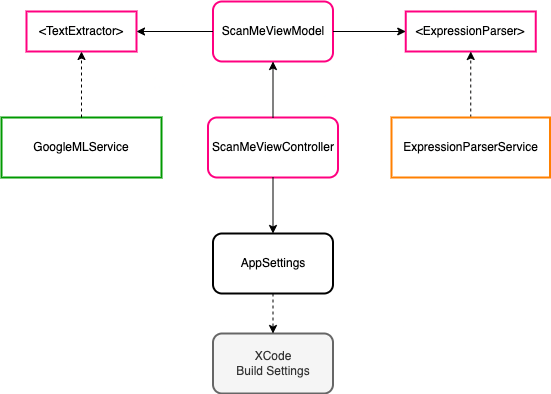
Above: ScanMe.drawio.png in grd888/scanme (draw.io), before the change. Source tidied: cells renumbered, new cells last; positions are measured from the earlier drawing's top-left corner, leaving out a move shared by most shapes. The source it was exported from:
```xml
<mxGraphModel>
  <root>
    <mxCell id="0" />
    <mxCell id="1" parent="0" />
    <mxCell id="2" value="ScanMeViewModel" style="rounded=1;whiteSpace=wrap;html=1;strokeColor=#FF0080;strokeWidth=2;" parent="1" vertex="1">
      <mxGeometry x="211.5" width="120" height="60" as="geometry" />
    </mxCell>
    <mxCell id="3" value="GoogleMLService" style="rounded=0;whiteSpace=wrap;html=1;strokeColor=#009900;strokeWidth=2;" parent="1" vertex="1">
      <mxGeometry y="116" width="160" height="60" as="geometry" />
    </mxCell>
    <mxCell id="4" value="AppSettings" style="rounded=1;whiteSpace=wrap;html=1;strokeWidth=2;" parent="1" vertex="1">
      <mxGeometry x="211.5" y="232" width="120" height="60" as="geometry" />
    </mxCell>
    <mxCell id="5" value="XCode&lt;br&gt;Build Settings" style="rounded=1;whiteSpace=wrap;html=1;fillColor=#f5f5f5;fontColor=#333333;strokeColor=#666666;strokeWidth=2;" parent="1" vertex="1">
      <mxGeometry x="211.5" y="332" width="120" height="60" as="geometry" />
    </mxCell>
    <mxCell id="6" style="endArrow=classic;html=1;rounded=0;exitX=0.5;exitY=1;exitDx=0;exitDy=0;dashed=1;" parent="1" edge="1" source="4" target="5">
      <mxGeometry relative="1" as="geometry" />
    </mxCell>
    <mxCell id="7" value="&amp;lt;TextExtractor&amp;gt;" style="rounded=0;whiteSpace=wrap;html=1;strokeColor=#FF0080;strokeWidth=2;" parent="1" vertex="1">
      <mxGeometry x="25" y="10" width="110" height="40" as="geometry" />
    </mxCell>
    <mxCell id="8" value="&amp;lt;ExpressionParser&amp;gt;" style="rounded=0;whiteSpace=wrap;html=1;strokeColor=#FF0080;strokeWidth=2;" parent="1" vertex="1">
      <mxGeometry x="404.2" y="10" width="130" height="40" as="geometry" />
    </mxCell>
    <mxCell id="9" style="endArrow=classic;html=1;rounded=0;exitX=1;exitY=0.5;exitDx=0;exitDy=0;entryX=0;entryY=0.5;entryDx=0;entryDy=0;" parent="1" edge="1" source="2" target="8">
      <mxGeometry relative="1" as="geometry" />
    </mxCell>
    <mxCell id="10" style="endArrow=classic;html=1;rounded=0;entryX=0.5;entryY=1;entryDx=0;entryDy=0;dashed=1;startArrow=none;exitX=0.5;exitY=0;exitDx=0;exitDy=0;" parent="1" edge="1" source="16" target="8">
      <mxGeometry relative="1" as="geometry" />
    </mxCell>
    <mxCell id="11" style="endArrow=classic;html=1;rounded=0;entryX=0.5;entryY=1;entryDx=0;entryDy=0;dashed=1;exitX=0.5;exitY=0;exitDx=0;exitDy=0;" parent="1" edge="1" source="3" target="7">
      <mxGeometry relative="1" as="geometry" />
    </mxCell>
    <mxCell id="12" style="endArrow=classic;html=1;rounded=0;exitX=0;exitY=0.5;exitDx=0;exitDy=0;entryX=1;entryY=0.5;entryDx=0;entryDy=0;" parent="1" edge="1" source="2" target="7">
      <mxGeometry relative="1" as="geometry" />
    </mxCell>
    <mxCell id="13" value="ScanMeViewController" style="rounded=1;whiteSpace=wrap;html=1;strokeColor=#FF0080;strokeWidth=2;" parent="1" vertex="1">
      <mxGeometry x="206.5" y="116" width="130" height="60" as="geometry" />
    </mxCell>
    <mxCell id="14" style="endArrow=classic;html=1;rounded=0;exitX=0.5;exitY=0;exitDx=0;exitDy=0;entryX=0.5;entryY=1;entryDx=0;entryDy=0;" parent="1" edge="1" source="13" target="2">
      <mxGeometry relative="1" as="geometry" />
    </mxCell>
    <mxCell id="15" style="endArrow=classic;html=1;rounded=0;entryX=0.5;entryY=0;entryDx=0;entryDy=0;exitX=0.5;exitY=1;exitDx=0;exitDy=0;" parent="1" edge="1" source="13" target="4">
      <mxGeometry relative="1" as="geometry" />
    </mxCell>
    <mxCell id="16" value="ExpressionParserService" style="rounded=0;whiteSpace=wrap;html=1;fontSize=12;strokeColor=#FF8000;strokeWidth=2;" parent="1" vertex="1">
      <mxGeometry x="390" y="116" width="158.5" height="60" as="geometry" />
    </mxCell>
  </root>
</mxGraphModel>
```
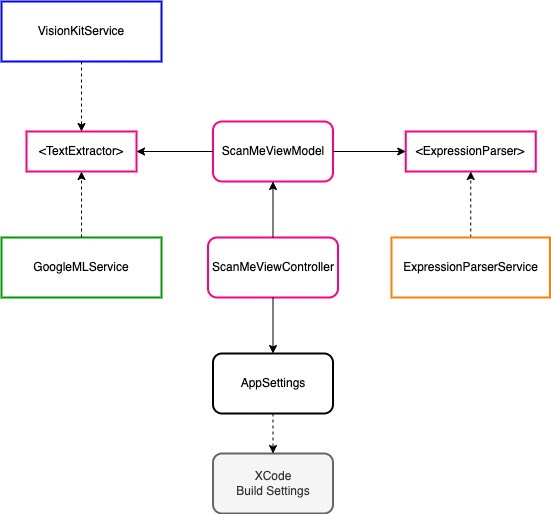
Above is the later version.

What changed in the source:
```diff
@@ -47,5 +47,11 @@
     <mxCell id="16" value="ExpressionParserService" style="rounded=0;whiteSpace=wrap;html=1;fontSize=12;strokeColor=#FF8000;strokeWidth=2;" parent="1" vertex="1">
       <mxGeometry x="390" y="116" width="158.5" height="60" as="geometry" />
     </mxCell>
+    <mxCell id="17" value="VisionKitService" style="rounded=0;whiteSpace=wrap;html=1;strokeColor=#0000FF;strokeWidth=2;" parent="1" vertex="1">
+      <mxGeometry y="-120" width="160" height="60" as="geometry" />
+    </mxCell>
+    <mxCell id="18" style="endArrow=classic;html=1;rounded=0;entryX=0.5;entryY=0;entryDx=0;entryDy=0;dashed=1;exitX=0.5;exitY=1;exitDx=0;exitDy=0;" parent="1" edge="1" source="17" target="7">
+      <mxGeometry relative="1" as="geometry" />
+    </mxCell>
   </root>
 </mxGraphModel>
```
